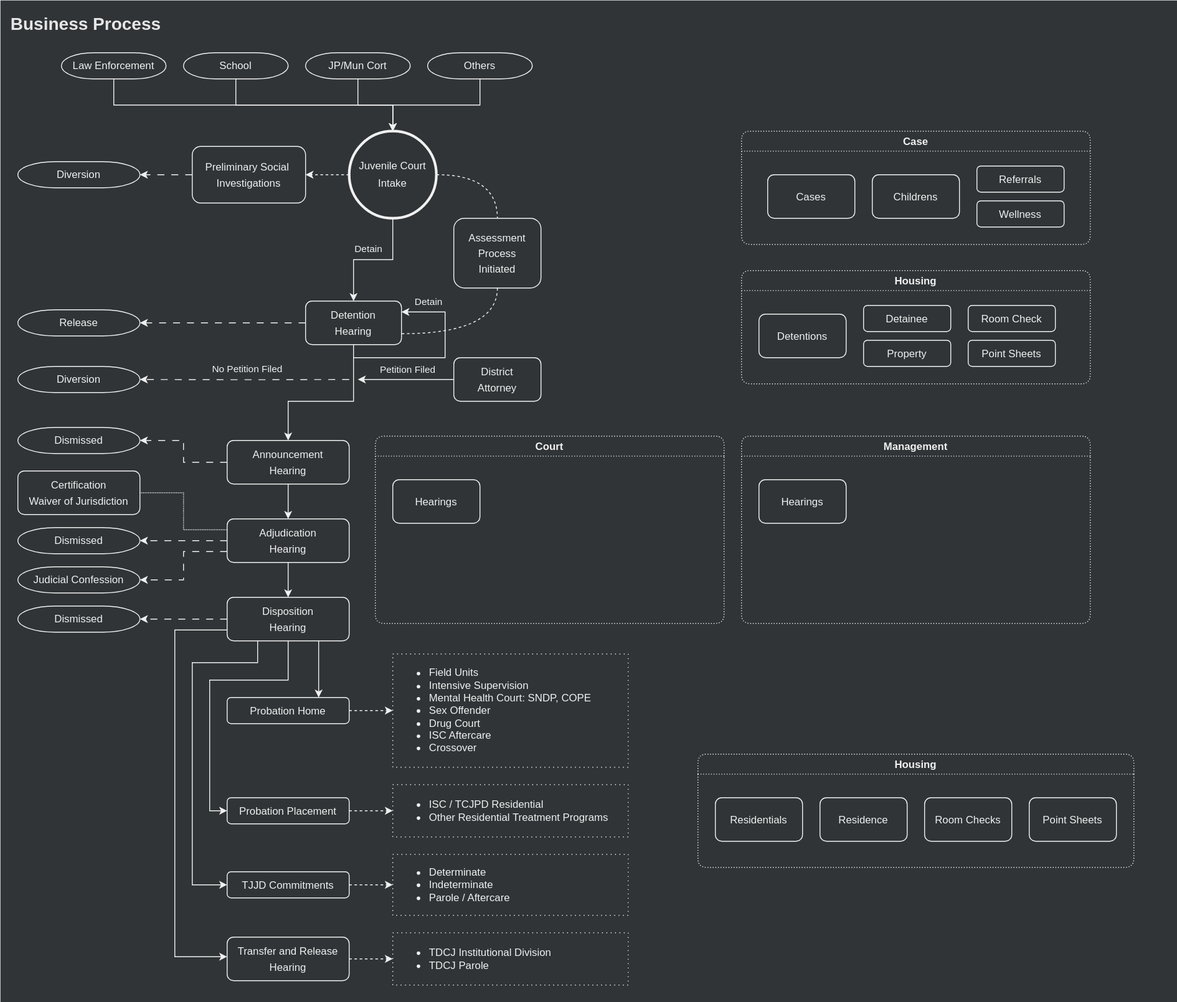
Earlier version of the draw.io export diagrams/juvpro/business-process.svg (tcjpd/tcjpd.github.io). Source tidied: cells renumbered, new cells last; positions are measured from the earlier drawing's top-left corner, leaving out a move shared by most shapes.
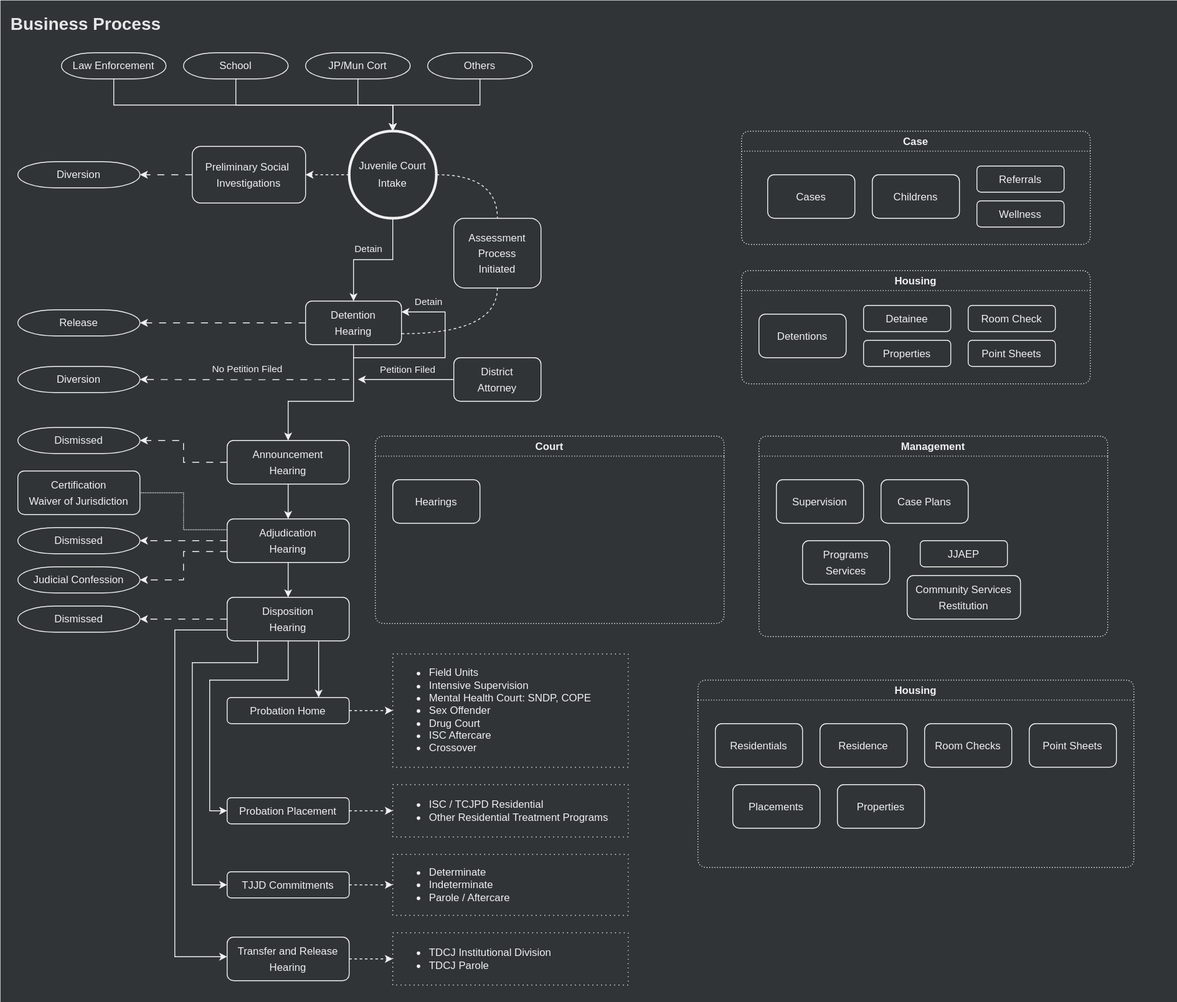
The same file after the commit.

The edit, as a diff of the source:
```diff
@@ -275,7 +275,7 @@
     <mxCell id="73" value="&lt;p style=&quot;line-height: 150%;&quot;&gt;Detainee&lt;/p&gt;" style="rounded=1;whiteSpace=wrap;html=1;fontColor=#F0F0F0;strokeColor=#F0F0F0;fillColor=#303437;" parent="71" vertex="1">
       <mxGeometry x="140" y="40" width="100" height="30" as="geometry" />
     </mxCell>
-    <mxCell id="74" value="&lt;p style=&quot;line-height: 150%;&quot;&gt;Property&lt;/p&gt;" style="rounded=1;whiteSpace=wrap;html=1;fontColor=#F0F0F0;strokeColor=#F0F0F0;fillColor=#303437;" parent="71" vertex="1">
+    <mxCell id="74" value="&lt;p style=&quot;line-height: 150%;&quot;&gt;Properties&lt;br&gt;&lt;/p&gt;" style="rounded=1;whiteSpace=wrap;html=1;fontColor=#F0F0F0;strokeColor=#F0F0F0;fillColor=#303437;" parent="71" vertex="1">
       <mxGeometry x="140" y="80" width="100" height="30" as="geometry" />
     </mxCell>
     <mxCell id="75" value="&lt;p style=&quot;line-height: 150%;&quot;&gt;Room Check&lt;/p&gt;" style="rounded=1;whiteSpace=wrap;html=1;fontColor=#F0F0F0;strokeColor=#F0F0F0;fillColor=#303437;" parent="71" vertex="1">
@@ -285,7 +285,7 @@
       <mxGeometry x="260" y="80" width="100" height="30" as="geometry" />
     </mxCell>
     <mxCell id="77" value="Housing" style="swimlane;fontColor=#F0F0F0;fillColor=#303437;rounded=1;dashed=1;dashPattern=1 2;strokeColor=#F0F0F0;" parent="3" vertex="1">
-      <mxGeometry x="800" y="865" width="500" height="130" as="geometry" />
+      <mxGeometry x="800" y="780" width="500" height="215" as="geometry" />
     </mxCell>
     <mxCell id="78" value="&lt;p style=&quot;line-height: 150%;&quot;&gt;Residentials&lt;/p&gt;" style="rounded=1;whiteSpace=wrap;html=1;fontColor=#F0F0F0;strokeColor=#F0F0F0;fillColor=#303437;" parent="77" vertex="1">
       <mxGeometry x="20" y="50" width="100" height="50" as="geometry" />
@@ -299,12 +299,30 @@
     <mxCell id="81" value="&lt;p style=&quot;line-height: 150%;&quot;&gt;Residence&lt;/p&gt;" style="rounded=1;whiteSpace=wrap;html=1;fontColor=#F0F0F0;strokeColor=#F0F0F0;fillColor=#303437;" parent="77" vertex="1">
       <mxGeometry x="140" y="50" width="100" height="50" as="geometry" />
     </mxCell>
+    <mxCell id="86" value="&lt;p style=&quot;line-height: 150%;&quot;&gt;Properties&lt;/p&gt;" style="rounded=1;whiteSpace=wrap;html=1;fontColor=#F0F0F0;strokeColor=#F0F0F0;fillColor=#303437;" parent="77" vertex="1">
+      <mxGeometry x="160" y="120" width="100" height="50" as="geometry" />
+    </mxCell>
+    <mxCell id="87" value="&lt;p style=&quot;line-height: 150%;&quot;&gt;Placements&lt;/p&gt;" style="rounded=1;whiteSpace=wrap;html=1;fontColor=#F0F0F0;strokeColor=#F0F0F0;fillColor=#303437;" parent="77" vertex="1">
+      <mxGeometry x="40" y="120" width="100" height="50" as="geometry" />
+    </mxCell>
     <mxCell id="82" value="Management" style="swimlane;fontColor=#F0F0F0;fillColor=#303437;rounded=1;dashed=1;dashPattern=1 2;strokeColor=#F0F0F0;" parent="3" vertex="1">
-      <mxGeometry x="850" y="500" width="400" height="215" as="geometry" />
+      <mxGeometry x="870" y="500" width="400" height="230" as="geometry" />
     </mxCell>
-    <mxCell id="83" value="&lt;p style=&quot;line-height: 150%;&quot;&gt;Hearings&lt;/p&gt;" style="rounded=1;whiteSpace=wrap;html=1;fontColor=#F0F0F0;strokeColor=#F0F0F0;fillColor=#303437;" parent="82" vertex="1">
+    <mxCell id="83" value="&lt;p style=&quot;line-height: 150%;&quot;&gt;Supervision&lt;/p&gt;" style="rounded=1;whiteSpace=wrap;html=1;fontColor=#F0F0F0;strokeColor=#F0F0F0;fillColor=#303437;" parent="82" vertex="1">
       <mxGeometry x="20" y="50" width="100" height="50" as="geometry" />
     </mxCell>
+    <mxCell id="88" value="&lt;p style=&quot;line-height: 150%;&quot;&gt;Case Plans&lt;/p&gt;" style="rounded=1;whiteSpace=wrap;html=1;fontColor=#F0F0F0;strokeColor=#F0F0F0;fillColor=#303437;" parent="82" vertex="1">
+      <mxGeometry x="140" y="50" width="100" height="50" as="geometry" />
+    </mxCell>
+    <mxCell id="89" value="&lt;p style=&quot;line-height: 150%;&quot;&gt;Programs&lt;br&gt;Services&lt;/p&gt;" style="rounded=1;whiteSpace=wrap;html=1;fontColor=#F0F0F0;strokeColor=#F0F0F0;fillColor=#303437;" parent="82" vertex="1">
+      <mxGeometry x="50" y="120" width="100" height="50" as="geometry" />
+    </mxCell>
+    <mxCell id="90" value="&lt;p style=&quot;line-height: 150%;&quot;&gt;JJAEP&lt;/p&gt;" style="rounded=1;whiteSpace=wrap;html=1;fontColor=#F0F0F0;strokeColor=#F0F0F0;fillColor=#303437;" parent="82" vertex="1">
+      <mxGeometry x="185" y="120" width="100" height="30" as="geometry" />
+    </mxCell>
+    <mxCell id="91" value="&lt;p style=&quot;line-height: 150%;&quot;&gt;Community Services&lt;br&gt;&lt;span style=&quot;background-color: initial;&quot;&gt;Restitution&lt;/span&gt;&lt;/p&gt;" style="rounded=1;whiteSpace=wrap;html=1;fontColor=#F0F0F0;strokeColor=#F0F0F0;fillColor=#303437;" parent="82" vertex="1">
+      <mxGeometry x="170" y="160" width="130" height="50" as="geometry" />
+    </mxCell>
     <mxCell id="84" value="Court" style="swimlane;fontColor=#F0F0F0;fillColor=#303437;rounded=1;dashed=1;dashPattern=1 2;strokeColor=#F0F0F0;" parent="3" vertex="1">
       <mxGeometry x="430" y="500" width="400" height="215" as="geometry" />
     </mxCell>
```
